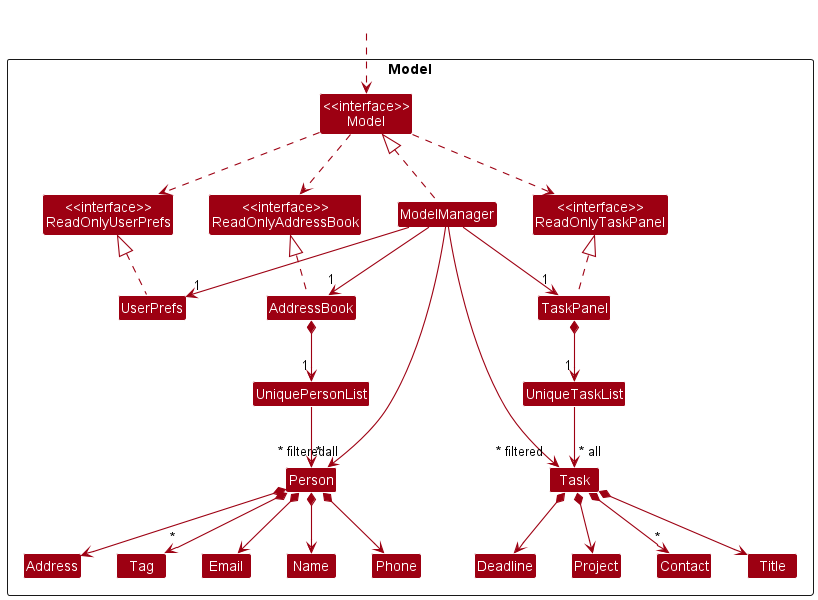
The PlantUML diagram docs/images/ModelClassDiagram.png in nus-cs2103-AY2223S1/tp, before a commit.
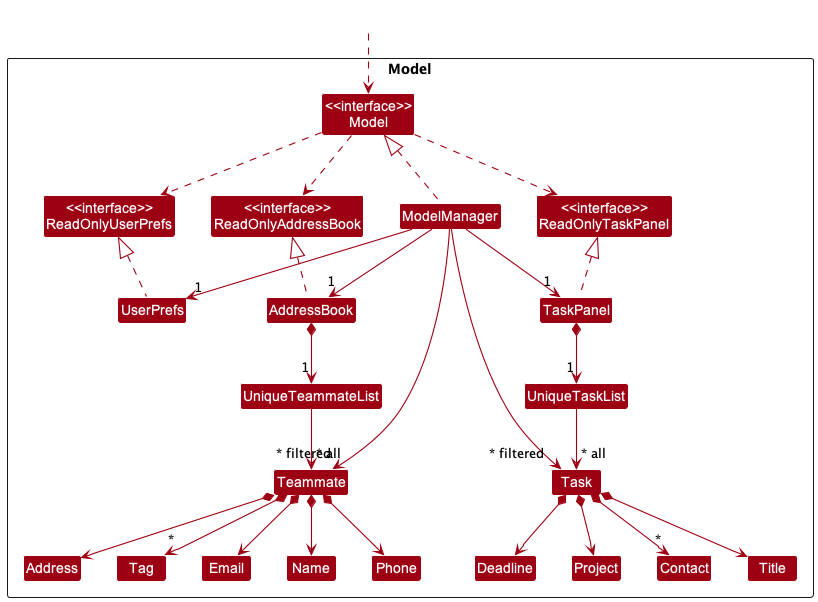
Later version of the same file.

Diff of the diagram source:
```diff
@@ -15,8 +15,8 @@
     Class UserPrefs
     Class TaskPanel
 
-    Class UniquePersonList
-    Class Person
+    Class UniqueTeammateList
+    Class Teammate
     Class Address
     Class Email
     Class Name
@@ -47,14 +47,14 @@
 TaskPanel .up.|> ReadOnlyTaskPanel
 UserPrefs .up.|> ReadOnlyUserPrefs
 
-AddressBook *--> "1" UniquePersonList
-UniquePersonList --> "~* all" Person
+AddressBook *--> "1" UniqueTeammateList
+UniqueTeammateList --> "~* all" Teammate
 
-Person *--> Name
-Person *--> Phone
-Person *--> Email
-Person *--> Address
-Person *--> "*" Tag
+Teammate *--> Name
+Teammate *--> Phone
+Teammate *--> Email
+Teammate *--> Address
+Teammate *--> "*" Tag
 
 TaskPanel *--> "1" UniqueTaskList
 UniqueTaskList --> "~* all" Task
@@ -63,10 +63,10 @@
 Task *--> Project
 Task *--> "*" Contact
 
-ModelManager -->"~* filtered" Person
+ModelManager -->"~* filtered" Teammate
 ModelManager -->"~* filtered" Task
 
-Task -[hidden]left-> Person
+Task -[hidden]left-> Teammate
 Phone -[hidden]left-> Phone
 Address -[hidden]left-> Phone
 Email -[hidden]right-> Tag
```
